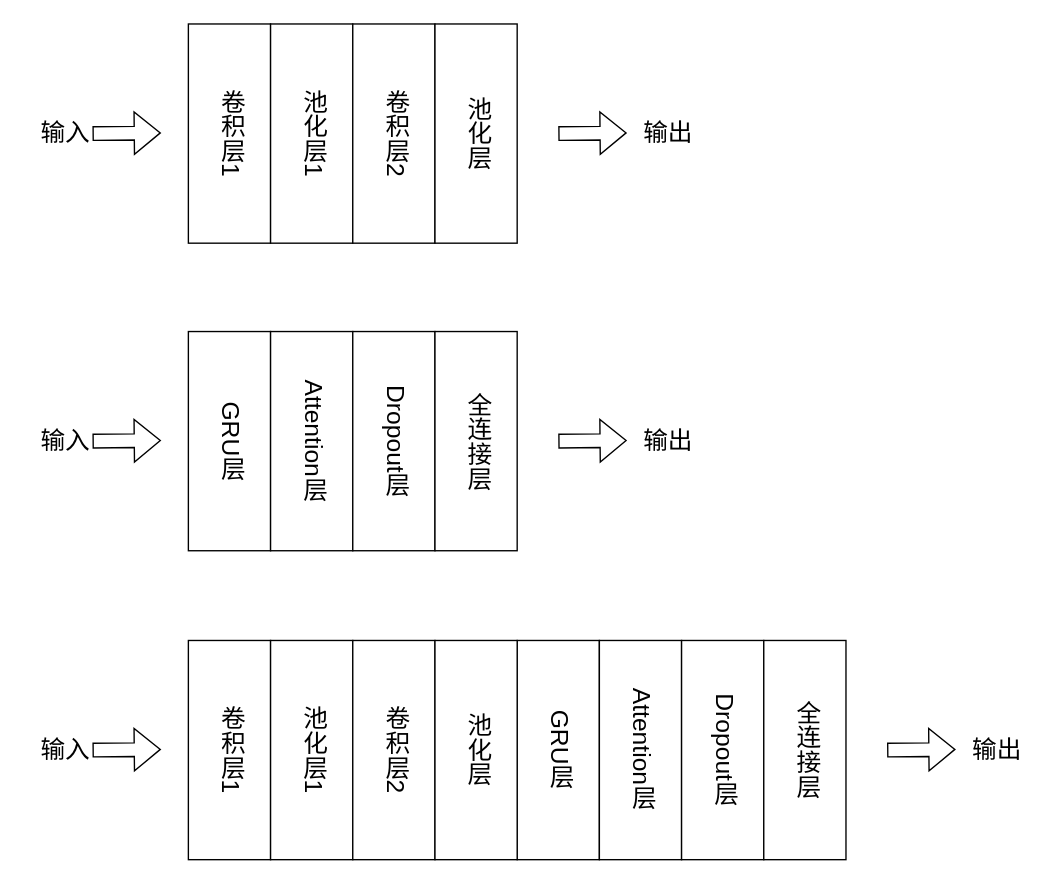
Before: CNN-GRU-Att.drawio in Abccccd/-2, a draw.io diagram. Source tidied: cells renumbered, new cells numbered last; positions are measured from the earlier drawing's top-left corner, leaving out a move shared by most shapes. Both pictures are drawn from the tidied source at 137%, with x=0, y=0 at pixel (23, 23).
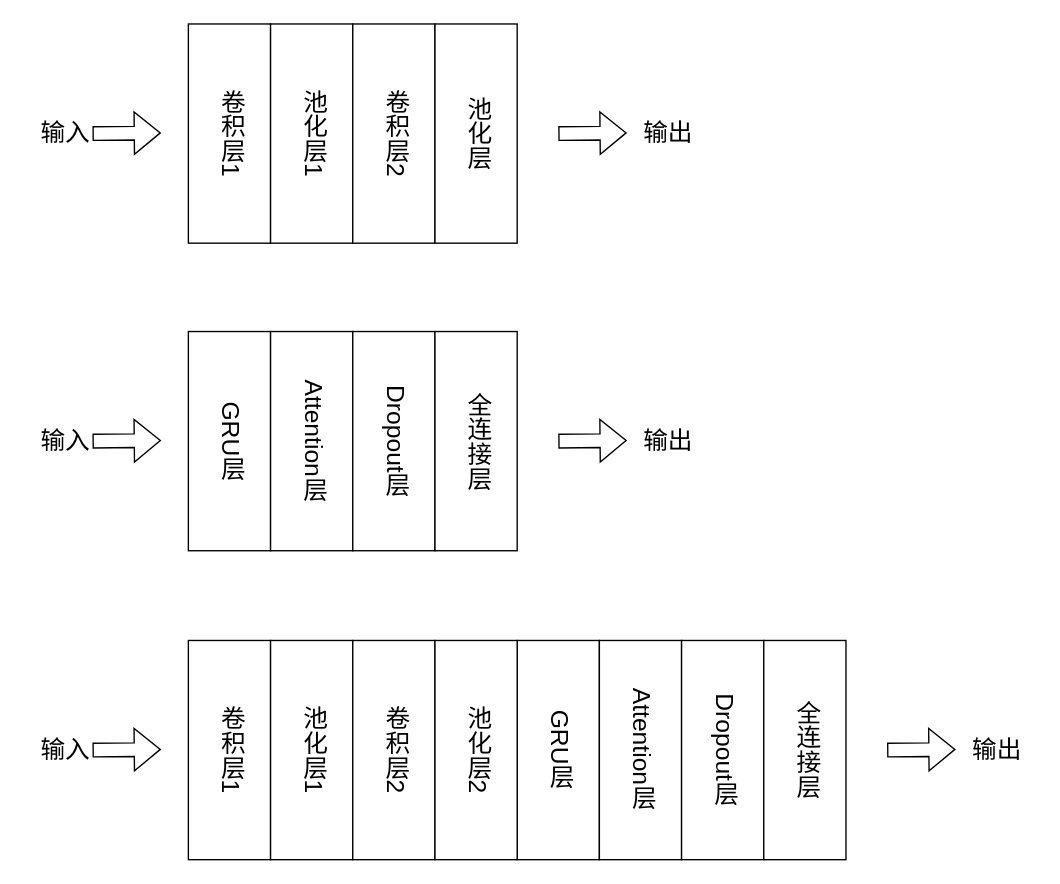
The same diagram, later.

Diff of the diagram source:
```diff
@@
-    <mxCell id="13" value="&lt;font face=&quot;SimSun&quot;&gt;&lt;span style=&quot;font-size: 18px;&quot;&gt;池化层&lt;/span&gt;&lt;/font&gt;" style="rounded=0;whiteSpace=wrap;html=1;textDirection=vertical-lr;" parent="1" vertex="1">
+    <mxCell id="13" value="&lt;font face=&quot;SimSun&quot;&gt;&lt;span style=&quot;font-size: 18px;&quot;&gt;池化层2&lt;/span&gt;&lt;/font&gt;" style="rounded=0;whiteSpace=wrap;html=1;textDirection=vertical-lr;" parent="1" vertex="1">
       <mxGeometry x="300" y="450" width="60" height="160" as="geometry" />
     </mxCell>
```
